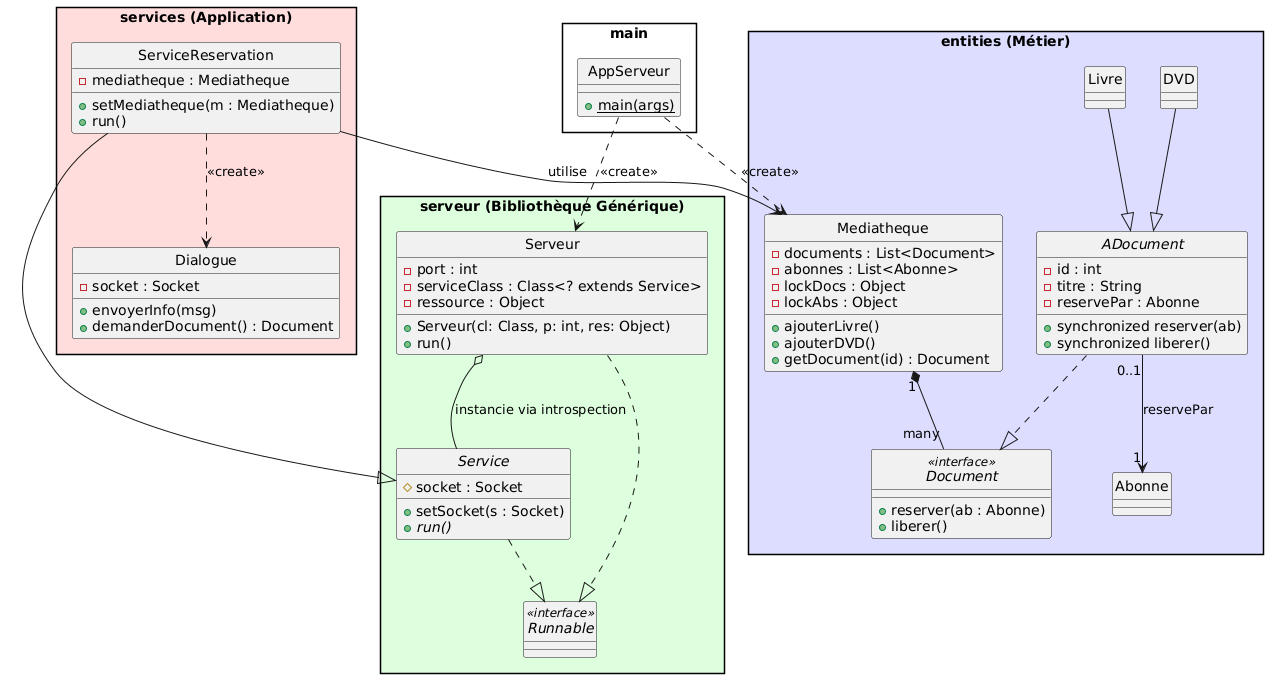
Cheaucapik/R401-Serveur-Client keeps this PlantUML diagram as diagramme.png. Above is the earlier version.
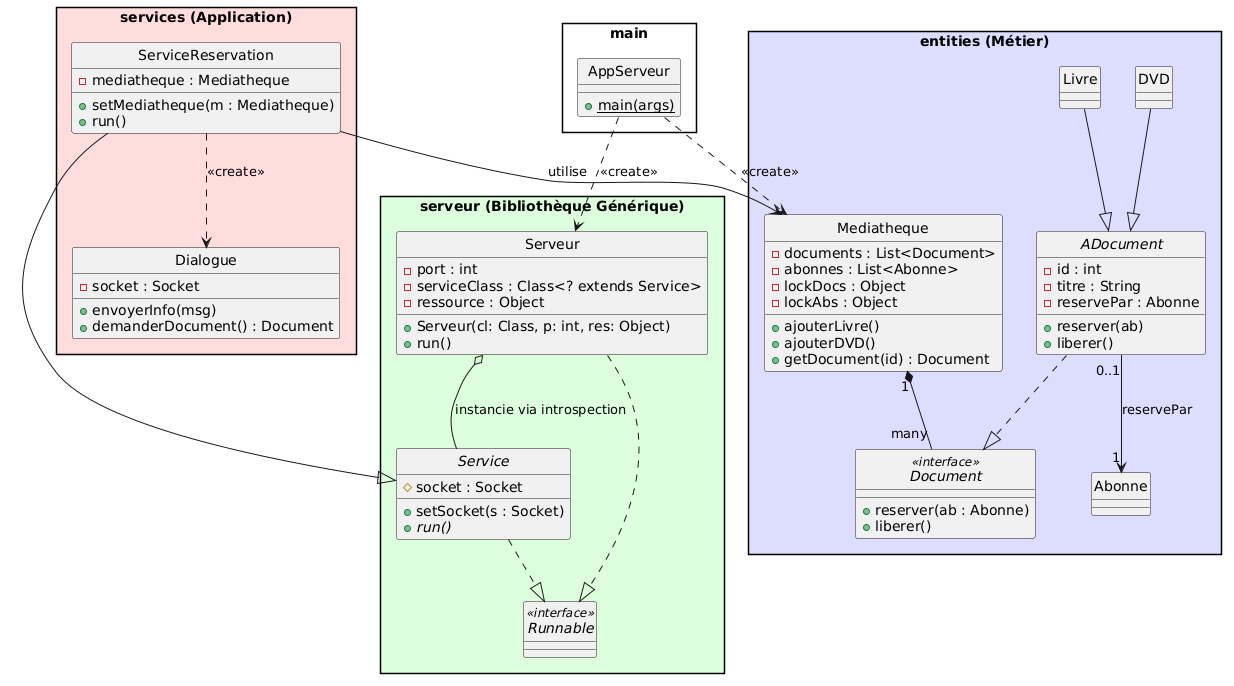
The same diagram one commit later.

The edit, as a diff of the source:
```diff
@@ -42,8 +42,8 @@
         - id : int
         - titre : String
         - reservePar : Abonne
-        + synchronized reserver(ab)
-        + synchronized liberer()
+        + reserver(ab)
+        + liberer()
     }
 
     class Livre
```
